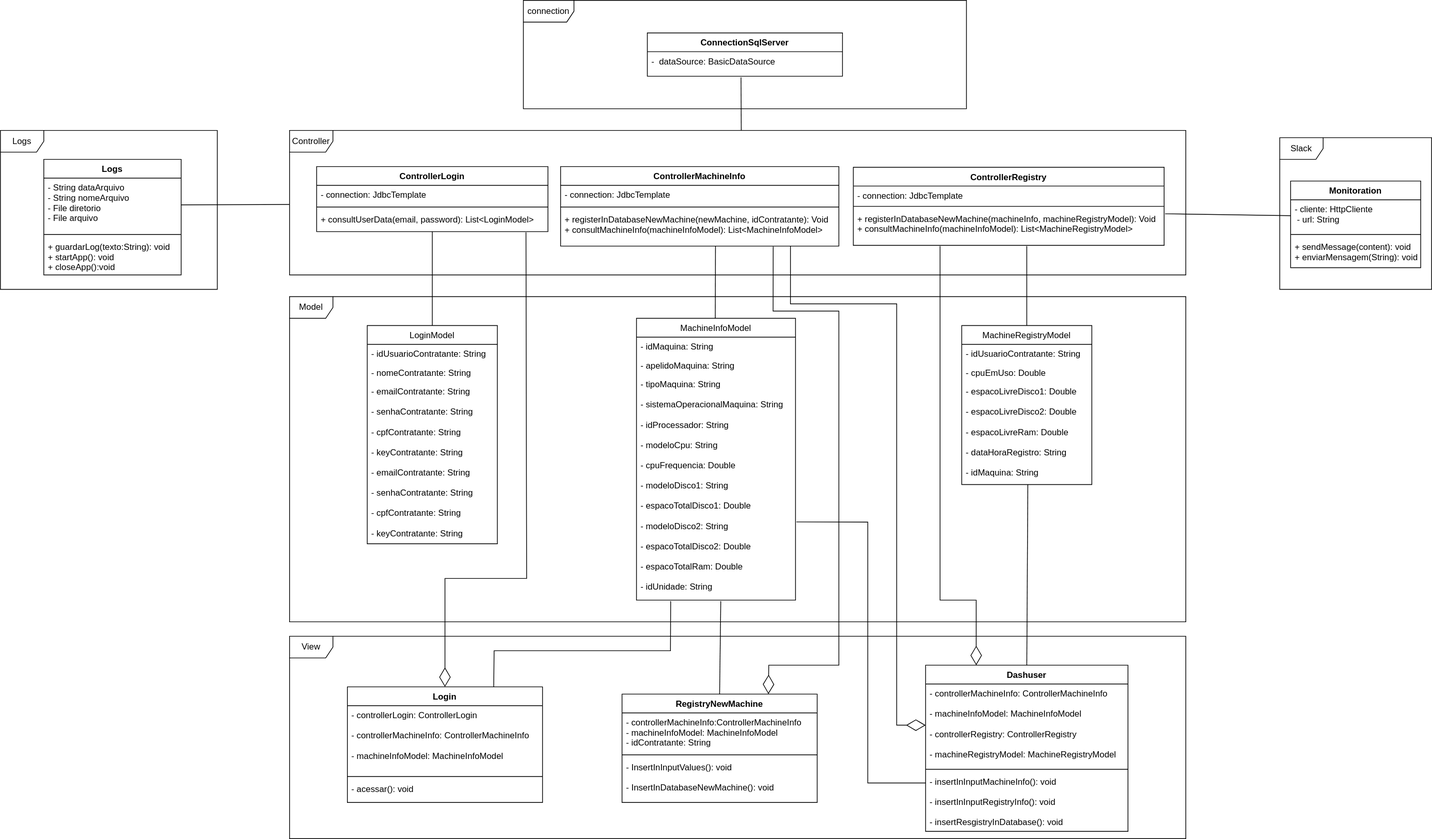
eliasnachle/cycle keeps this draw.io diagram as documentos/ferramentas/diagrama-de-classes-cycle-java-application.svg. Above is the earlier version. Source tidied: cells renumbered, new cells last; positions are measured from the earlier drawing's top-left corner, leaving out a move shared by most shapes.
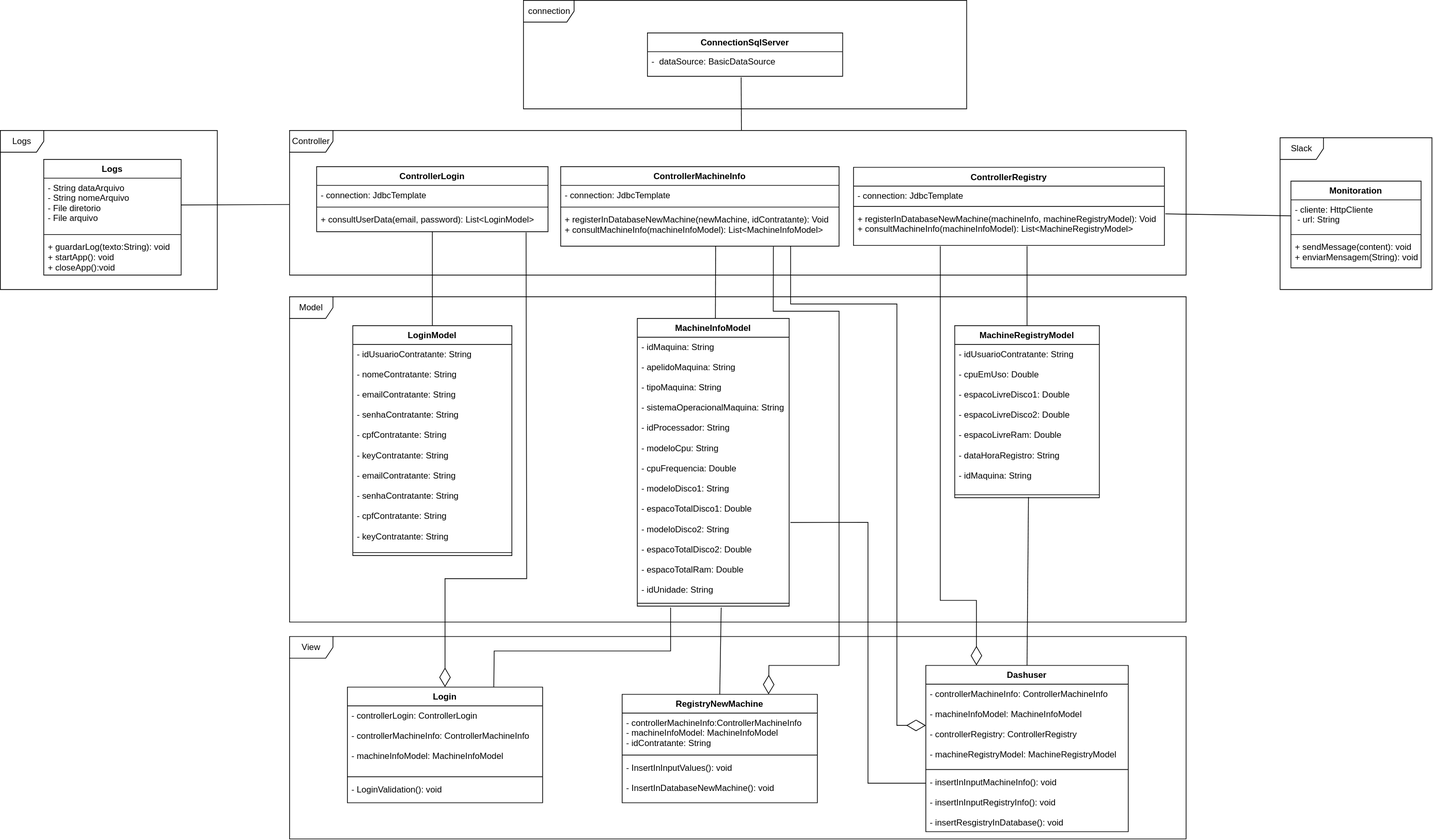
Above is the later version.

The edit, as a diff of the source:
```diff
@@ -8,45 +8,6 @@
     <mxCell id="3" value="Model" style="shape=umlFrame;whiteSpace=wrap;html=1;" parent="1" vertex="1">
       <mxGeometry x="400" y="410" width="1240" height="450" as="geometry" />
     </mxCell>
-    <mxCell id="4" value="LoginModel" style="swimlane;fontStyle=0;horizontal=1;startSize=26;fillColor=none;" parent="1" vertex="1">
-      <mxGeometry x="507.5" y="450" width="180" height="302" as="geometry" />
-    </mxCell>
-    <mxCell id="5" value="- idUsuarioContratante: String" style="text;strokeColor=none;fillColor=none;align=left;verticalAlign=top;spacingLeft=4;spacingRight=4;overflow=hidden;" parent="4" vertex="1">
-      <mxGeometry y="26" width="180" height="26" as="geometry" />
-    </mxCell>
-    <mxCell id="6" value="- nomeContratante: String" style="text;strokeColor=none;fillColor=none;align=left;verticalAlign=top;spacingLeft=4;spacingRight=4;overflow=hidden;" parent="4" vertex="1">
-      <mxGeometry y="52" width="180" height="26" as="geometry" />
-    </mxCell>
-    <mxCell id="7" value="- emailContratante: String&#10;&#10;- senhaContratante: String&#10;&#10;- cpfContratante: String&#10;&#10;- keyContratante: String" style="text;strokeColor=none;fillColor=none;align=left;verticalAlign=top;spacingLeft=4;spacingRight=4;overflow=hidden;" parent="4" vertex="1">
-      <mxGeometry y="78" width="180" height="112" as="geometry" />
-    </mxCell>
-    <mxCell id="8" value="- emailContratante: String&#10;&#10;- senhaContratante: String&#10;&#10;- cpfContratante: String&#10;&#10;- keyContratante: String" style="text;strokeColor=none;fillColor=none;align=left;verticalAlign=top;spacingLeft=4;spacingRight=4;overflow=hidden;" parent="4" vertex="1">
-      <mxGeometry y="190" width="180" height="112" as="geometry" />
-    </mxCell>
-    <mxCell id="9" value="MachineInfoModel" style="swimlane;fontStyle=0;horizontal=1;startSize=26;fillColor=none;" parent="1" vertex="1">
-      <mxGeometry x="880" y="440" width="220" height="390" as="geometry" />
-    </mxCell>
-    <mxCell id="10" value="- idMaquina: String" style="text;strokeColor=none;fillColor=none;align=left;verticalAlign=top;spacingLeft=4;spacingRight=4;overflow=hidden;" parent="9" vertex="1">
-      <mxGeometry y="26" width="220" height="26" as="geometry" />
-    </mxCell>
-    <mxCell id="11" value="- apelidoMaquina: String" style="text;strokeColor=none;fillColor=none;align=left;verticalAlign=top;spacingLeft=4;spacingRight=4;overflow=hidden;" parent="9" vertex="1">
-      <mxGeometry y="52" width="220" height="26" as="geometry" />
-    </mxCell>
-    <mxCell id="12" value="- tipoMaquina: String&#10;&#10;- sistemaOperacionalMaquina: String&#10;&#10;- idProcessador: String&#10;&#10;- modeloCpu: String&#10;&#10;- cpuFrequencia: Double&#10;&#10;- modeloDisco1: String&#10;&#10;- espacoTotalDisco1: Double&#10;&#10;- modeloDisco2: String&#10;&#10;- espacoTotalDisco2: Double&#10;&#10;- espacoTotalRam: Double&#10;&#10;- idUnidade: String" style="text;strokeColor=none;fillColor=none;align=left;verticalAlign=top;spacingLeft=4;spacingRight=4;overflow=hidden;points=[[0,0.5],[1,0.5]];portConstraint=eastwest;" parent="9" vertex="1">
-      <mxGeometry y="78" width="220" height="312" as="geometry" />
-    </mxCell>
-    <mxCell id="13" value="MachineRegistryModel" style="swimlane;fontStyle=0;horizontal=1;startSize=26;fillColor=none;" parent="1" vertex="1">
-      <mxGeometry x="1330" y="450" width="180" height="220" as="geometry" />
-    </mxCell>
-    <mxCell id="14" value="- idUsuarioContratante: String" style="text;strokeColor=none;fillColor=none;align=left;verticalAlign=top;spacingLeft=4;spacingRight=4;overflow=hidden;" parent="13" vertex="1">
-      <mxGeometry y="26" width="180" height="26" as="geometry" />
-    </mxCell>
-    <mxCell id="15" value="- cpuEmUso: Double" style="text;strokeColor=none;fillColor=none;align=left;verticalAlign=top;spacingLeft=4;spacingRight=4;overflow=hidden;" parent="13" vertex="1">
-      <mxGeometry y="52" width="180" height="26" as="geometry" />
-    </mxCell>
-    <mxCell id="16" value="- espacoLivreDisco1: Double&#10;&#10;- espacoLivreDisco2: Double&#10;&#10;- espacoLivreRam: Double&#10;&#10;- dataHoraRegistro: String&#10;&#10;- idMaquina: String" style="text;strokeColor=none;fillColor=none;align=left;verticalAlign=top;spacingLeft=4;spacingRight=4;overflow=hidden;points=[[0,0.5],[1,0.5]];portConstraint=eastwest;" parent="13" vertex="1">
-      <mxGeometry y="78" width="180" height="142" as="geometry" />
-    </mxCell>
     <mxCell id="17" value="ControllerLogin" style="swimlane;fontStyle=1;align=center;verticalAlign=top;horizontal=1;startSize=26;" parent="1" vertex="1">
       <mxGeometry x="437.5" y="230" width="320" height="90" as="geometry" />
     </mxCell>
@@ -95,9 +56,9 @@
     <mxCell id="32" style="line;strokeWidth=1;fillColor=none;align=left;verticalAlign=middle;spacingTop=-1;spacingLeft=3;spacingRight=3;labelPosition=right;" parent="30" vertex="1">
       <mxGeometry y="120" width="270" height="8" as="geometry" />
     </mxCell>
-    <mxCell id="33" value="- acessar(): void" style="text;strokeColor=none;fillColor=none;align=left;verticalAlign=top;spacingLeft=4;spacingRight=4;overflow=hidden;" parent="30" vertex="1">
-      <mxGeometry y="128" width="270" height="32" as="geometry" />
-    </mxCell>
+    <mxCell id="69" value="- LoginValidation(): void" style="text;strokeColor=none;fillColor=none;align=left;verticalAlign=top;spacingLeft=4;spacingRight=4;overflow=hidden;" parent="30" vertex="1">
+      <mxGeometry y="128" width="270" height="32" as="geometry" />
+    </mxCell>
     <mxCell id="34" value="RegistryNewMachine" style="swimlane;fontStyle=1;align=center;verticalAlign=top;horizontal=1;startSize=26;" parent="1" vertex="1">
       <mxGeometry x="860" y="960" width="270" height="150" as="geometry" />
     </mxCell>
@@ -188,29 +149,32 @@
         </Array>
       </mxGeometry>
     </mxCell>
-    <mxCell id="58" style="endArrow=diamondThin;endFill=0;endSize=24;html=1;rounded=0;entryX=0.25;entryY=0;entryDx=0;entryDy=0;" parent="1" edge="1" target="38">
-      <mxGeometry relative="1" as="geometry">
-        <mxPoint x="1300" y="340" as="sourcePoint" />
-        <Array as="points">
-          <mxPoint x="1300" y="830" />
-          <mxPoint x="1350" y="830" />
-        </Array>
-      </mxGeometry>
-    </mxCell>
-    <mxCell id="59" style="endArrow=none;html=1;rounded=0;exitX=0.5;exitY=0;exitDx=0;exitDy=0;entryX=0.5;entryY=1;entryDx=0;entryDy=0;entryPerimeter=0;" parent="1" edge="1" source="4" target="20">
-      <mxGeometry relative="1" as="geometry" />
-    </mxCell>
-    <mxCell id="60" style="endArrow=none;html=1;rounded=0;entryX=0.5;entryY=1;entryDx=0;entryDy=0;entryPerimeter=0;" parent="1" edge="1">
-      <mxGeometry relative="1" as="geometry">
-        <mxPoint x="989" y="440" as="sourcePoint" />
-        <mxPoint x="989.3" y="340" as="targetPoint" />
-      </mxGeometry>
-    </mxCell>
-    <mxCell id="61" style="endArrow=none;html=1;rounded=0;exitX=0.5;exitY=0;exitDx=0;exitDy=0;" parent="1" edge="1" source="13">
-      <mxGeometry relative="1" as="geometry">
-        <mxPoint x="1420" y="340" as="targetPoint" />
-      </mxGeometry>
-    </mxCell>
+    <mxCell id="70" style="endArrow=diamondThin;endFill=0;endSize=24;html=1;rounded=0;entryX=0.25;entryY=0;entryDx=0;entryDy=0;" parent="1" edge="1" target="38">
+      <mxGeometry relative="1" as="geometry">
+        <mxPoint x="1300" y="340" as="sourcePoint" />
+        <Array as="points">
+          <mxPoint x="1300" y="830" />
+          <mxPoint x="1350" y="830" />
+        </Array>
+      </mxGeometry>
+    </mxCell>
+    <mxCell id="71" style="endArrow=none;html=1;rounded=0;exitX=0.5;exitY=0;exitDx=0;exitDy=0;entryX=0.5;entryY=1;entryDx=0;entryDy=0;entryPerimeter=0;" parent="1" edge="1" target="20">
+      <mxGeometry relative="1" as="geometry">
+        <mxPoint x="597.5" y="450" as="sourcePoint" />
+      </mxGeometry>
+    </mxCell>
+    <mxCell id="72" style="endArrow=none;html=1;rounded=0;entryX=0.5;entryY=1;entryDx=0;entryDy=0;entryPerimeter=0;" parent="1" edge="1">
+      <mxGeometry relative="1" as="geometry">
+        <mxPoint x="989" y="440" as="sourcePoint" />
+        <mxPoint x="989.3" y="340" as="targetPoint" />
+      </mxGeometry>
+    </mxCell>
+    <mxCell id="73" style="endArrow=none;html=1;rounded=0;exitX=0.5;exitY=0;exitDx=0;exitDy=0;" parent="1" edge="1">
+      <mxGeometry relative="1" as="geometry">
+        <mxPoint x="1420" y="450" as="sourcePoint" />
+        <mxPoint x="1420" y="340" as="targetPoint" />
+      </mxGeometry>
+    </mxCell>
     <mxCell id="62" style="endArrow=none;html=1;rounded=0;entryX=0;entryY=0.5;entryDx=0;entryDy=0;exitX=1.003;exitY=0.127;exitDx=0;exitDy=0;exitPerimeter=0;" parent="1" edge="1" source="28" target="47">
       <mxGeometry relative="1" as="geometry" />
     </mxCell>
@@ -220,28 +184,58 @@
     <mxCell id="64" style="endArrow=none;html=1;rounded=0;exitX=0.504;exitY=0;exitDx=0;exitDy=0;exitPerimeter=0;entryX=0.48;entryY=1.042;entryDx=0;entryDy=0;entryPerimeter=0;" parent="1" edge="1" source="2" target="44">
       <mxGeometry relative="1" as="geometry" />
     </mxCell>
-    <mxCell id="65" style="endArrow=none;html=1;rounded=0;entryX=1.006;entryY=0.653;entryDx=0;entryDy=0;entryPerimeter=0;" parent="1" edge="1" target="12">
-      <mxGeometry relative="1" as="geometry">
-        <mxPoint x="1280" y="1083" as="sourcePoint" />
-        <Array as="points">
-          <mxPoint x="1200" y="1083" />
-          <mxPoint x="1200" y="722" />
-        </Array>
-      </mxGeometry>
-    </mxCell>
-    <mxCell id="66" style="endArrow=none;html=1;rounded=0;entryX=0.53;entryY=1.004;entryDx=0;entryDy=0;entryPerimeter=0;exitX=0.5;exitY=0;exitDx=0;exitDy=0;" parent="1" edge="1" source="34" target="12">
-      <mxGeometry relative="1" as="geometry" />
-    </mxCell>
-    <mxCell id="67" style="endArrow=none;html=1;rounded=0;exitX=0.75;exitY=0;exitDx=0;exitDy=0;entryX=0.215;entryY=1.004;entryDx=0;entryDy=0;entryPerimeter=0;" parent="1" edge="1" source="30" target="12">
-      <mxGeometry relative="1" as="geometry">
-        <Array as="points">
-          <mxPoint x="683" y="900" />
-          <mxPoint x="927" y="900" />
-        </Array>
-      </mxGeometry>
-    </mxCell>
-    <mxCell id="68" style="endArrow=none;html=1;rounded=0;entryX=0.508;entryY=1;entryDx=0;entryDy=0;entryPerimeter=0;exitX=0.5;exitY=0;exitDx=0;exitDy=0;" parent="1" edge="1" source="38" target="16">
-      <mxGeometry relative="1" as="geometry" />
-    </mxCell>
+    <mxCell id="74" style="endArrow=none;html=1;rounded=0;entryX=1.008;entryY=0.704;entryDx=0;entryDy=0;entryPerimeter=0;" parent="1" edge="1" target="80">
+      <mxGeometry relative="1" as="geometry">
+        <mxPoint x="1280" y="1083" as="sourcePoint" />
+        <Array as="points">
+          <mxPoint x="1200" y="1083" />
+          <mxPoint x="1200" y="722" />
+        </Array>
+      </mxGeometry>
+    </mxCell>
+    <mxCell id="75" style="endArrow=none;html=1;rounded=0;exitX=0.5;exitY=0;exitDx=0;exitDy=0;" parent="1" edge="1" source="34">
+      <mxGeometry relative="1" as="geometry">
+        <mxPoint x="997" y="840" as="targetPoint" />
+      </mxGeometry>
+    </mxCell>
+    <mxCell id="76" style="endArrow=none;html=1;rounded=0;exitX=0.75;exitY=0;exitDx=0;exitDy=0;" parent="1" edge="1" source="30">
+      <mxGeometry relative="1" as="geometry">
+        <mxPoint x="927" y="840" as="targetPoint" />
+        <Array as="points">
+          <mxPoint x="683" y="900" />
+          <mxPoint x="927" y="900" />
+        </Array>
+      </mxGeometry>
+    </mxCell>
+    <mxCell id="77" style="endArrow=none;html=1;rounded=0;entryX=0.51;entryY=0.875;entryDx=0;entryDy=0;entryPerimeter=0;exitX=0.5;exitY=0;exitDx=0;exitDy=0;" parent="1" edge="1" source="38" target="83">
+      <mxGeometry relative="1" as="geometry" />
+    </mxCell>
+    <mxCell id="4" value="LoginModel" style="swimlane;fontStyle=1;align=center;verticalAlign=top;horizontal=1;startSize=26;" parent="1" vertex="1">
+      <mxGeometry x="487.5" y="450" width="220" height="318" as="geometry" />
+    </mxCell>
+    <mxCell id="78" value="- idUsuarioContratante: String&#10;&#10;- nomeContratante: String&#10;&#10;- emailContratante: String&#10;&#10;- senhaContratante: String&#10;&#10;- cpfContratante: String&#10;&#10;- keyContratante: String&#10;&#10;- emailContratante: String&#10;&#10;- senhaContratante: String&#10;&#10;- cpfContratante: String&#10;&#10;- keyContratante: String&#10;" style="text;strokeColor=none;fillColor=none;align=left;verticalAlign=top;spacingLeft=4;spacingRight=4;overflow=hidden;" parent="4" vertex="1">
+      <mxGeometry y="26" width="220" height="284" as="geometry" />
+    </mxCell>
+    <mxCell id="79" style="line;strokeWidth=1;fillColor=none;align=left;verticalAlign=middle;spacingTop=-1;spacingLeft=3;spacingRight=3;labelPosition=right;" parent="4" vertex="1">
+      <mxGeometry y="310" width="220" height="8" as="geometry" />
+    </mxCell>
+    <mxCell id="9" value="MachineInfoModel" style="swimlane;fontStyle=1;align=center;verticalAlign=top;horizontal=1;startSize=26;" parent="1" vertex="1">
+      <mxGeometry x="881" y="440" width="210" height="398" as="geometry" />
+    </mxCell>
+    <mxCell id="80" value="- idMaquina: String&#10;&#10;- apelidoMaquina: String&#10;&#10;- tipoMaquina: String&#10;&#10;- sistemaOperacionalMaquina: String&#10;&#10;- idProcessador: String&#10;&#10;- modeloCpu: String&#10;&#10;- cpuFrequencia: Double&#10;&#10;- modeloDisco1: String&#10;&#10;- espacoTotalDisco1: Double&#10;&#10;- modeloDisco2: String&#10;&#10;- espacoTotalDisco2: Double&#10;&#10;- espacoTotalRam: Double&#10;&#10;- idUnidade: String&#10;" style="text;strokeColor=none;fillColor=none;align=left;verticalAlign=top;spacingLeft=4;spacingRight=4;overflow=hidden;points=[[0,0.5],[1,0.5]];portConstraint=eastwest;" parent="9" vertex="1">
+      <mxGeometry y="26" width="210" height="364" as="geometry" />
+    </mxCell>
+    <mxCell id="81" style="line;strokeWidth=1;fillColor=none;align=left;verticalAlign=middle;spacingTop=-1;spacingLeft=3;spacingRight=3;labelPosition=right;" parent="9" vertex="1">
+      <mxGeometry y="390" width="210" height="8" as="geometry" />
+    </mxCell>
+    <mxCell id="13" value="MachineRegistryModel" style="swimlane;fontStyle=1;align=center;verticalAlign=top;horizontal=1;startSize=26;" parent="1" vertex="1">
+      <mxGeometry x="1320" y="450" width="200" height="238" as="geometry" />
+    </mxCell>
+    <mxCell id="82" value="- idUsuarioContratante: String&#10;&#10;- cpuEmUso: Double&#10;&#10;- espacoLivreDisco1: Double&#10;&#10;- espacoLivreDisco2: Double&#10;&#10;- espacoLivreRam: Double&#10;&#10;- dataHoraRegistro: String&#10;&#10;- idMaquina: String&#10;" style="text;strokeColor=none;fillColor=none;align=left;verticalAlign=top;spacingLeft=4;spacingRight=4;overflow=hidden;" parent="13" vertex="1">
+      <mxGeometry y="26" width="200" height="204" as="geometry" />
+    </mxCell>
+    <mxCell id="83" style="line;strokeWidth=1;fillColor=none;align=left;verticalAlign=middle;spacingTop=-1;spacingLeft=3;spacingRight=3;labelPosition=right;points=[];portConstraint=eastwest;" parent="13" vertex="1">
+      <mxGeometry y="230" width="200" height="8" as="geometry" />
+    </mxCell>
   </root>
 </mxGraphModel>
```
